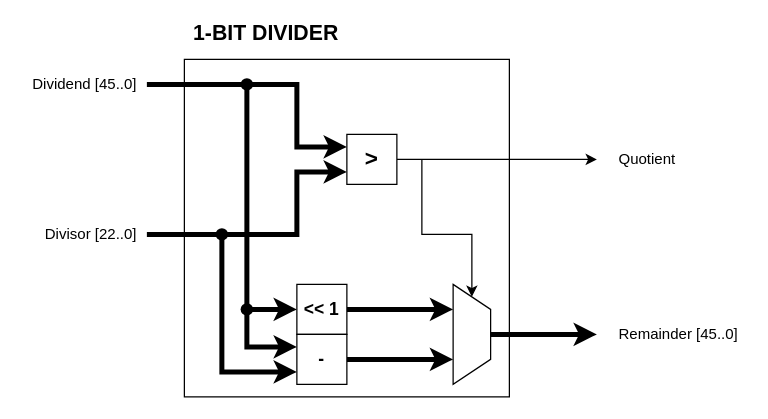
hohaicongthuan/Project-2 keeps this draw.io diagram as page "1-bit Divider" (11 of 12) of Diagrams/Floating-point.drawio. Above is the earlier version. Source tidied: cells renumbered, new cells numbered last; positions are measured from the earlier drawing's top-left corner, leaving out a move shared by most shapes. Both pictures are drawn from the tidied source at 125%, with x=0, y=0 at pixel (21, 21).
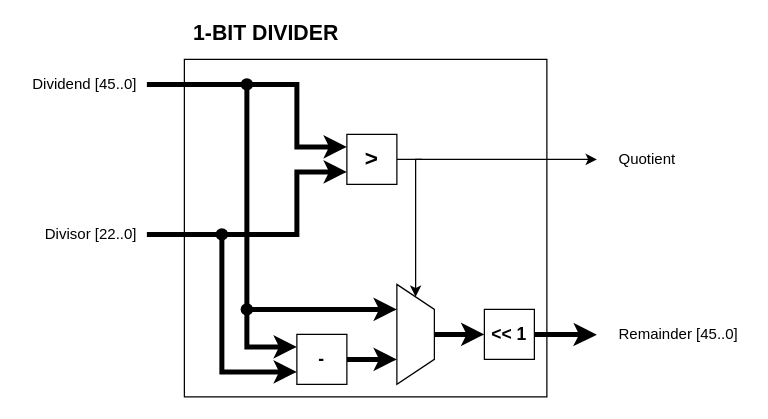
The same diagram, later.

The edit, as a diff of the source:
```diff
@@
     <mxCell id="2" style="rounded=0;whiteSpace=wrap;html=1;fillColor=#FFFFFF;" parent="1" vertex="1">
-      <mxGeometry x="130" y="30" width="260" height="270" as="geometry" />
+      <mxGeometry x="130" y="30" width="290" height="270" as="geometry" />
     </mxCell>
@@
     <mxCell id="10" style="edgeStyle=orthogonalEdgeStyle;rounded=0;jettySize=auto;html=1;strokeWidth=1;entryX=0;entryY=0.5;entryDx=0;entryDy=0;" parent="1" edge="1" target="12">
       <mxGeometry relative="1" as="geometry">
         <mxPoint x="320" y="110" as="sourcePoint" />
         <Array as="points">
-          <mxPoint x="320" y="110" />
-          <mxPoint x="320" y="170" />
-          <mxPoint x="360" y="170" />
+          <mxPoint x="315" y="110" />
         </Array>
       </mxGeometry>
     </mxCell>
-    <mxCell id="11" style="edgeStyle=orthogonalEdgeStyle;rounded=0;jettySize=auto;html=1;exitX=0.5;exitY=0;exitDx=0;exitDy=0;strokeWidth=4;" parent="1" edge="1" source="12">
-      <mxGeometry relative="1" as="geometry">
-        <mxPoint x="460" y="250" as="targetPoint" />
-      </mxGeometry>
+    <mxCell id="11" style="edgeStyle=orthogonalEdgeStyle;rounded=0;jettySize=auto;html=1;exitX=0.5;exitY=0;exitDx=0;exitDy=0;strokeWidth=4;entryX=0;entryY=0.5;entryDx=0;entryDy=0;" parent="1" edge="1" source="12" target="15">
+      <mxGeometry relative="1" as="geometry" />
     </mxCell>
     <mxCell id="12" style="shape=trapezoid;perimeter=trapezoidPerimeter;whiteSpace=wrap;html=1;fixedSize=1;direction=south;" parent="1" vertex="1">
-      <mxGeometry x="345" y="210" width="30" height="80" as="geometry" />
+      <mxGeometry x="300" y="210" width="30" height="80" as="geometry" />
     </mxCell>
-    <mxCell id="13" style="edgeStyle=orthogonalEdgeStyle;rounded=0;jettySize=auto;html=1;exitX=1;exitY=0.5;exitDx=0;exitDy=0;entryX=0.25;entryY=1;entryDx=0;entryDy=0;strokeWidth=4;" parent="1" edge="1" source="15" target="12">
-      <mxGeometry relative="1" as="geometry" />
-    </mxCell>
-    <mxCell id="14" style="edgeStyle=orthogonalEdgeStyle;rounded=0;jettySize=auto;html=1;exitX=0;exitY=0.5;exitDx=0;exitDy=0;strokeWidth=4;entryX=0;entryY=0.5;entryDx=0;entryDy=0;" parent="1" edge="1" target="15">
+    <mxCell id="14" style="edgeStyle=orthogonalEdgeStyle;rounded=0;jettySize=auto;html=1;exitX=0;exitY=0.5;exitDx=0;exitDy=0;strokeWidth=4;entryX=0.25;entryY=1;entryDx=0;entryDy=0;" parent="1" edge="1" target="12">
       <mxGeometry relative="1" as="geometry">
         <mxPoint x="180" y="50" as="sourcePoint" />
         <Array as="points">
           <mxPoint x="180" y="230" />
         </Array>
       </mxGeometry>
     </mxCell>
+    <mxCell id="25" style="edgeStyle=orthogonalEdgeStyle;rounded=0;jettySize=auto;html=1;exitX=1;exitY=0.5;exitDx=0;exitDy=0;strokeWidth=4;" parent="1" edge="1" source="15">
+      <mxGeometry relative="1" as="geometry">
+        <mxPoint x="460" y="250.3" as="targetPoint" />
+      </mxGeometry>
+    </mxCell>
     <mxCell id="15" value="&lt;b&gt;&lt;font style=&quot;font-size: 14px&quot;&gt;&amp;lt;&amp;lt; 1&lt;/font&gt;&lt;/b&gt;" style="rounded=0;whiteSpace=wrap;html=1;" parent="1" vertex="1">
-      <mxGeometry x="220" y="210" width="40" height="40" as="geometry" />
+      <mxGeometry x="370" y="230" width="40" height="40" as="geometry" />
     </mxCell>
```
